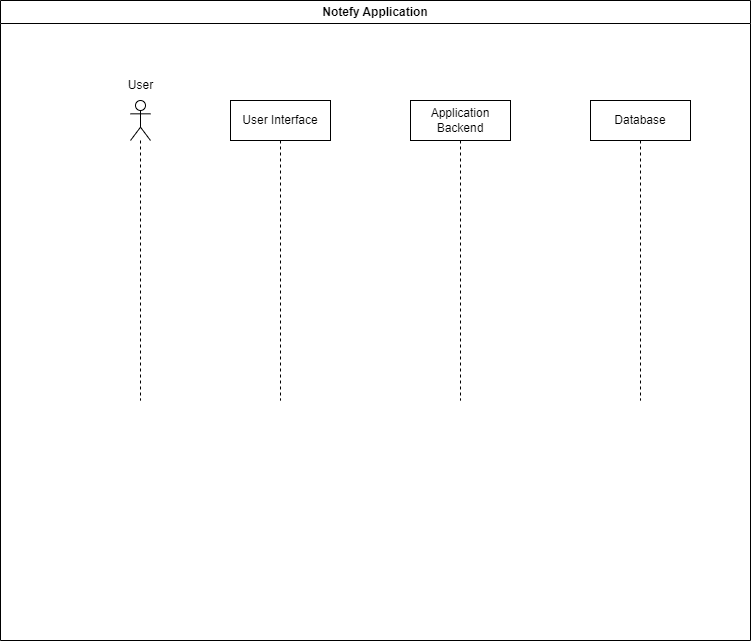
Devalon-Enter/Notefy keeps this draw.io diagram as Docs/Sequemzdiagramm.png. Above is the earlier version. Source tidied: cells renumbered, new cells last; positions are measured from the earlier drawing's top-left corner, leaving out a move shared by most shapes.
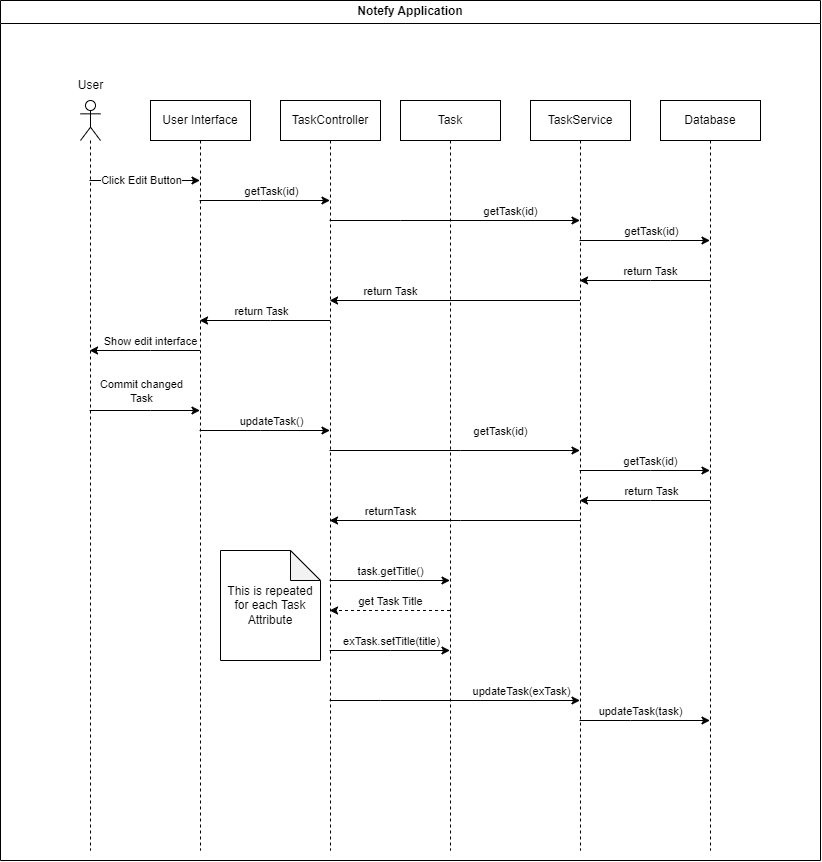
Above is the later version.

Commit message:
Updated UseCases and Sequence diagram

What changed in the source:
```diff
@@ -3,22 +3,255 @@
     <mxCell id="0" />
     <mxCell id="1" parent="0" />
     <mxCell id="2" value="Notefy Application" style="swimlane;whiteSpace=wrap;html=1;swimlaneFillColor=#FFFFFF;" parent="1" vertex="1">
-      <mxGeometry width="750" height="640" as="geometry" />
+      <mxGeometry width="820" height="860" as="geometry" />
     </mxCell>
     <mxCell id="3" value="&lt;br&gt;" style="shape=umlLifeline;perimeter=lifelinePerimeter;whiteSpace=wrap;html=1;outlineConnect=0;portConstraint=eastwest;newEdgeStyle={&quot;edgeStyle&quot;:&quot;elbowEdgeStyle&quot;,&quot;elbow&quot;:&quot;vertical&quot;,&quot;curved&quot;:0,&quot;rounded&quot;:0};participant=umlActor;" parent="2" vertex="1">
-      <mxGeometry x="130" y="100" width="20" height="300" as="geometry" />
+      <mxGeometry x="80" y="100" width="20" height="750" as="geometry" />
     </mxCell>
     <mxCell id="4" value="User Interface" style="shape=umlLifeline;perimeter=lifelinePerimeter;whiteSpace=wrap;html=1;outlineConnect=0;portConstraint=eastwest;newEdgeStyle={&quot;edgeStyle&quot;:&quot;elbowEdgeStyle&quot;,&quot;elbow&quot;:&quot;vertical&quot;,&quot;curved&quot;:0,&quot;rounded&quot;:0};" parent="2" vertex="1">
-      <mxGeometry x="230" y="100" width="100" height="300" as="geometry" />
+      <mxGeometry x="150" y="100" width="100" height="750" as="geometry" />
     </mxCell>
-    <mxCell id="5" value="Application Backend" style="shape=umlLifeline;perimeter=lifelinePerimeter;whiteSpace=wrap;html=1;outlineConnect=0;portConstraint=eastwest;newEdgeStyle={&quot;edgeStyle&quot;:&quot;elbowEdgeStyle&quot;,&quot;elbow&quot;:&quot;vertical&quot;,&quot;curved&quot;:0,&quot;rounded&quot;:0};" parent="2" vertex="1">
-      <mxGeometry x="410" y="100" width="100" height="300" as="geometry" />
+    <mxCell id="5" value="TaskController" style="shape=umlLifeline;perimeter=lifelinePerimeter;whiteSpace=wrap;html=1;outlineConnect=0;portConstraint=eastwest;newEdgeStyle={&quot;edgeStyle&quot;:&quot;elbowEdgeStyle&quot;,&quot;elbow&quot;:&quot;vertical&quot;,&quot;curved&quot;:0,&quot;rounded&quot;:0};" parent="2" vertex="1">
+      <mxGeometry x="280" y="100" width="100" height="750" as="geometry" />
     </mxCell>
     <mxCell id="6" value="Database" style="shape=umlLifeline;perimeter=lifelinePerimeter;whiteSpace=wrap;html=1;outlineConnect=0;portConstraint=eastwest;newEdgeStyle={&quot;edgeStyle&quot;:&quot;elbowEdgeStyle&quot;,&quot;elbow&quot;:&quot;vertical&quot;,&quot;curved&quot;:0,&quot;rounded&quot;:0};" parent="2" vertex="1">
-      <mxGeometry x="590" y="100" width="100" height="300" as="geometry" />
+      <mxGeometry x="660" y="100" width="100" height="750" as="geometry" />
     </mxCell>
     <mxCell id="7" value="User" style="text;html=1;align=center;verticalAlign=middle;strokeColor=none;fillColor=none;" parent="2" vertex="1">
-      <mxGeometry x="115" y="70" width="50" height="30" as="geometry" />
+      <mxGeometry x="65" y="70" width="50" height="30" as="geometry" />
     </mxCell>
+    <mxCell id="8" value="TaskService" style="shape=umlLifeline;perimeter=lifelinePerimeter;whiteSpace=wrap;html=1;outlineConnect=0;portConstraint=eastwest;newEdgeStyle={&quot;edgeStyle&quot;:&quot;elbowEdgeStyle&quot;,&quot;elbow&quot;:&quot;vertical&quot;,&quot;curved&quot;:0,&quot;rounded&quot;:0};" parent="2" vertex="1">
+      <mxGeometry x="530" y="100" width="100" height="750" as="geometry" />
+    </mxCell>
+    <mxCell id="9" value="Task" style="shape=umlLifeline;perimeter=lifelinePerimeter;whiteSpace=wrap;html=1;outlineConnect=0;portConstraint=eastwest;newEdgeStyle={&quot;edgeStyle&quot;:&quot;elbowEdgeStyle&quot;,&quot;elbow&quot;:&quot;vertical&quot;,&quot;curved&quot;:0,&quot;rounded&quot;:0};" parent="2" vertex="1">
+      <mxGeometry x="400" y="100" width="100" height="750" as="geometry" />
+    </mxCell>
+    <mxCell id="10" style="endArrow=classic;html=1;rounded=0;" parent="2" edge="1" source="3" target="4">
+      <mxGeometry relative="1" as="geometry">
+        <Array as="points">
+          <mxPoint x="150" y="180" />
+        </Array>
+      </mxGeometry>
+    </mxCell>
+    <mxCell id="11" value="Click Edit Button" style="edgeLabel;html=1;align=center;verticalAlign=middle;" parent="10" vertex="1">
+      <mxGeometry x="-0.06" y="1" relative="1" as="geometry" />
+    </mxCell>
+    <mxCell id="12" style="endArrow=classic;html=1;rounded=0;" parent="2" edge="1" source="4" target="3">
+      <mxGeometry relative="1" as="geometry">
+        <Array as="points">
+          <mxPoint x="150" y="350" />
+        </Array>
+      </mxGeometry>
+    </mxCell>
+    <mxCell id="13" value="Show edit interface" style="edgeLabel;html=1;align=center;verticalAlign=middle;" parent="12" vertex="1">
+      <mxGeometry x="0.21" relative="1" as="geometry">
+        <mxPoint x="17" y="-10" as="offset" />
+      </mxGeometry>
+    </mxCell>
+    <mxCell id="14" style="endArrow=classic;html=1;rounded=0;" parent="2" edge="1" source="4" target="5">
+      <mxGeometry relative="1" as="geometry">
+        <Array as="points">
+          <mxPoint x="260.1" y="200" />
+        </Array>
+      </mxGeometry>
+    </mxCell>
+    <mxCell id="15" value="getTask(id)" style="edgeLabel;html=1;align=center;verticalAlign=middle;" parent="14" vertex="1">
+      <mxGeometry x="0.23" y="1" relative="1" as="geometry">
+        <mxPoint x="-9" y="-9" as="offset" />
+      </mxGeometry>
+    </mxCell>
+    <mxCell id="16" style="endArrow=classic;html=1;rounded=0;" parent="2" edge="1" source="5" target="8">
+      <mxGeometry relative="1" as="geometry">
+        <Array as="points">
+          <mxPoint x="400" y="220" />
+        </Array>
+      </mxGeometry>
+    </mxCell>
+    <mxCell id="17" value="getTask(id)" style="edgeLabel;html=1;align=center;verticalAlign=middle;" parent="16" vertex="1">
+      <mxGeometry x="0.34" y="1" relative="1" as="geometry">
+        <mxPoint x="13" y="-9" as="offset" />
+      </mxGeometry>
+    </mxCell>
+    <mxCell id="18" style="endArrow=classic;html=1;rounded=0;" parent="2" edge="1" source="8" target="6">
+      <mxGeometry relative="1" as="geometry">
+        <Array as="points">
+          <mxPoint x="670" y="240" />
+        </Array>
+      </mxGeometry>
+    </mxCell>
+    <mxCell id="19" value="getTask(id)" style="edgeLabel;html=1;align=center;verticalAlign=middle;" parent="18" vertex="1">
+      <mxGeometry x="0.64" y="-1" relative="1" as="geometry">
+        <mxPoint x="-36" y="-11" as="offset" />
+      </mxGeometry>
+    </mxCell>
+    <mxCell id="20" style="endArrow=classic;html=1;rounded=0;" parent="2" edge="1" source="6" target="8">
+      <mxGeometry relative="1" as="geometry">
+        <Array as="points">
+          <mxPoint x="650" y="280" />
+        </Array>
+      </mxGeometry>
+    </mxCell>
+    <mxCell id="21" value="return Task" style="edgeLabel;html=1;align=center;verticalAlign=middle;" parent="20" vertex="1">
+      <mxGeometry x="0.1" relative="1" as="geometry">
+        <mxPoint x="11" y="-10" as="offset" />
+      </mxGeometry>
+    </mxCell>
+    <mxCell id="22" style="endArrow=classic;html=1;rounded=0;" parent="2" edge="1" target="5">
+      <mxGeometry relative="1" as="geometry">
+        <mxPoint x="579.5" y="300" as="sourcePoint" />
+      </mxGeometry>
+    </mxCell>
+    <mxCell id="23" value="return Task" style="edgeLabel;html=1;align=center;verticalAlign=middle;" parent="22" vertex="1">
+      <mxGeometry x="0.21" relative="1" as="geometry">
+        <mxPoint x="-39" y="-10" as="offset" />
+      </mxGeometry>
+    </mxCell>
+    <mxCell id="24" style="endArrow=classic;html=1;rounded=0;" parent="2" edge="1" source="5" target="4">
+      <mxGeometry relative="1" as="geometry">
+        <Array as="points">
+          <mxPoint x="270" y="320" />
+        </Array>
+      </mxGeometry>
+    </mxCell>
+    <mxCell id="25" value="return Task" style="edgeLabel;html=1;align=center;verticalAlign=middle;" parent="24" vertex="1">
+      <mxGeometry x="0.21" relative="1" as="geometry">
+        <mxPoint x="9" y="-10" as="offset" />
+      </mxGeometry>
+    </mxCell>
+    <mxCell id="26" style="endArrow=classic;html=1;rounded=0;" parent="2" edge="1" source="3" target="4">
+      <mxGeometry relative="1" as="geometry">
+        <Array as="points">
+          <mxPoint x="150" y="410" />
+        </Array>
+      </mxGeometry>
+    </mxCell>
+    <mxCell id="27" value="Commit changed &lt;br&gt;Task" style="edgeLabel;html=1;align=center;verticalAlign=middle;" parent="26" vertex="1">
+      <mxGeometry x="-0.23" relative="1" as="geometry">
+        <mxPoint x="8" y="-20" as="offset" />
+      </mxGeometry>
+    </mxCell>
+    <mxCell id="28" style="endArrow=classic;html=1;rounded=0;" parent="2" edge="1" source="4" target="5">
+      <mxGeometry relative="1" as="geometry">
+        <Array as="points">
+          <mxPoint x="260" y="430" />
+        </Array>
+      </mxGeometry>
+    </mxCell>
+    <mxCell id="29" value="updateTask()" style="edgeLabel;html=1;align=center;verticalAlign=middle;" parent="28" vertex="1">
+      <mxGeometry x="0.18" relative="1" as="geometry">
+        <mxPoint x="-6" y="-10" as="offset" />
+      </mxGeometry>
+    </mxCell>
+    <mxCell id="30" style="endArrow=classic;html=1;rounded=0;" parent="2" edge="1" source="5" target="8">
+      <mxGeometry relative="1" as="geometry">
+        <Array as="points">
+          <mxPoint x="460" y="450" />
+        </Array>
+      </mxGeometry>
+    </mxCell>
+    <mxCell id="31" value="getTask(id)" style="edgeLabel;html=1;align=center;verticalAlign=middle;" parent="30" vertex="1">
+      <mxGeometry x="0.37" relative="1" as="geometry">
+        <mxPoint x="-1" y="-20" as="offset" />
+      </mxGeometry>
+    </mxCell>
+    <mxCell id="32" style="endArrow=classic;html=1;rounded=0;" parent="2" edge="1" source="8" target="6">
+      <mxGeometry relative="1" as="geometry">
+        <Array as="points">
+          <mxPoint x="650" y="470" />
+        </Array>
+      </mxGeometry>
+    </mxCell>
+    <mxCell id="33" value="getTask(id)" style="edgeLabel;html=1;align=center;verticalAlign=middle;" parent="32" vertex="1">
+      <mxGeometry x="-0.28" y="1" relative="1" as="geometry">
+        <mxPoint x="23" y="-9" as="offset" />
+      </mxGeometry>
+    </mxCell>
+    <mxCell id="34" style="endArrow=classic;html=1;rounded=0;" parent="2" edge="1" source="6" target="8">
+      <mxGeometry relative="1" as="geometry">
+        <Array as="points">
+          <mxPoint x="650" y="500" />
+        </Array>
+      </mxGeometry>
+    </mxCell>
+    <mxCell id="35" value="return Task" style="edgeLabel;html=1;align=center;verticalAlign=middle;" parent="34" vertex="1">
+      <mxGeometry x="0.19" y="-1" relative="1" as="geometry">
+        <mxPoint x="18" y="-9" as="offset" />
+      </mxGeometry>
+    </mxCell>
+    <mxCell id="36" style="endArrow=classic;html=1;rounded=0;" parent="2" edge="1" source="8" target="5">
+      <mxGeometry relative="1" as="geometry">
+        <Array as="points">
+          <mxPoint x="460" y="520" />
+        </Array>
+      </mxGeometry>
+    </mxCell>
+    <mxCell id="37" value="returnTask" style="edgeLabel;html=1;align=center;verticalAlign=middle;" parent="36" vertex="1">
+      <mxGeometry x="0.3" y="-1" relative="1" as="geometry">
+        <mxPoint x="-27" y="-9" as="offset" />
+      </mxGeometry>
+    </mxCell>
+    <mxCell id="38" style="endArrow=classic;html=1;rounded=0;" parent="2" edge="1" source="5" target="9">
+      <mxGeometry relative="1" as="geometry">
+        <Array as="points">
+          <mxPoint x="390" y="580" />
+        </Array>
+      </mxGeometry>
+    </mxCell>
+    <mxCell id="39" value="task.getTitle()" style="edgeLabel;html=1;align=center;verticalAlign=middle;" parent="38" vertex="1">
+      <mxGeometry x="-0.28" relative="1" as="geometry">
+        <mxPoint x="17" y="-10" as="offset" />
+      </mxGeometry>
+    </mxCell>
+    <mxCell id="40" value="This is repeated &lt;br&gt;for each Task Attribute" style="shape=note;whiteSpace=wrap;html=1;backgroundOutline=1;darkOpacity=0.05;" parent="2" vertex="1">
+      <mxGeometry x="220" y="550" width="100" height="110" as="geometry" />
+    </mxCell>
+    <mxCell id="41" style="endArrow=classic;html=1;rounded=0;dashed=1;" parent="2" edge="1" source="9" target="5">
+      <mxGeometry relative="1" as="geometry">
+        <Array as="points">
+          <mxPoint x="380" y="610" />
+        </Array>
+      </mxGeometry>
+    </mxCell>
+    <mxCell id="42" value="get Task Title" style="edgeLabel;html=1;align=center;verticalAlign=middle;" parent="41" vertex="1">
+      <mxGeometry x="-0.18" y="1" relative="1" as="geometry">
+        <mxPoint x="-10" y="-11" as="offset" />
+      </mxGeometry>
+    </mxCell>
+    <mxCell id="43" style="endArrow=classic;html=1;rounded=0;" parent="2" edge="1" source="5" target="9">
+      <mxGeometry relative="1" as="geometry">
+        <Array as="points">
+          <mxPoint x="390" y="650" />
+        </Array>
+      </mxGeometry>
+    </mxCell>
+    <mxCell id="44" value="exTask.setTitle(title)" style="edgeLabel;html=1;align=center;verticalAlign=middle;" parent="43" vertex="1">
+      <mxGeometry x="-0.3" relative="1" as="geometry">
+        <mxPoint x="18" y="-10" as="offset" />
+      </mxGeometry>
+    </mxCell>
+    <mxCell id="45" style="endArrow=classic;html=1;rounded=0;" parent="2" edge="1" source="5" target="8">
+      <mxGeometry relative="1" as="geometry">
+        <Array as="points">
+          <mxPoint x="380" y="700" />
+        </Array>
+      </mxGeometry>
+    </mxCell>
+    <mxCell id="46" value="updateTask(exTask)" style="edgeLabel;html=1;align=center;verticalAlign=middle;" parent="45" vertex="1">
+      <mxGeometry x="-0.46" relative="1" as="geometry">
+        <mxPoint x="123" y="-10" as="offset" />
+      </mxGeometry>
+    </mxCell>
+    <mxCell id="47" style="endArrow=classic;html=1;rounded=0;" parent="2" edge="1" source="8" target="6">
+      <mxGeometry relative="1" as="geometry">
+        <Array as="points">
+          <mxPoint x="630" y="720" />
+        </Array>
+      </mxGeometry>
+    </mxCell>
+    <mxCell id="48" value="updateTask(task)" style="edgeLabel;html=1;align=center;verticalAlign=middle;" parent="47" vertex="1">
+      <mxGeometry x="-0.43" y="1" relative="1" as="geometry">
+        <mxPoint x="23" y="-9" as="offset" />
+      </mxGeometry>
+    </mxCell>
   </root>
 </mxGraphModel>
```
